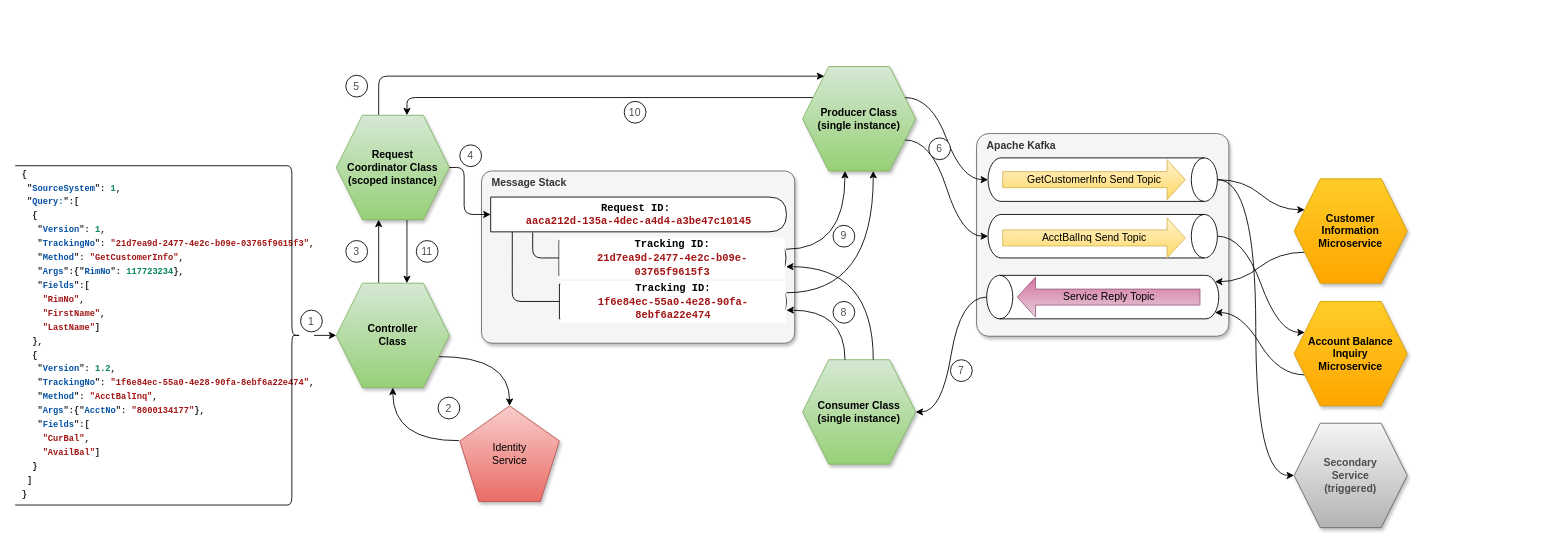
This is page "Service Architecture" (3 of 8) of Microservice Architecture.drawio from badenhorstp/readme, a draw.io file, before an edit. Source tidied: cells renumbered, new cells numbered last; positions are measured from the earlier drawing's top-left corner, leaving out a move shared by most shapes. Both pictures are drawn from the tidied source at 87%, with x=0, y=0 at pixel (15, 66).
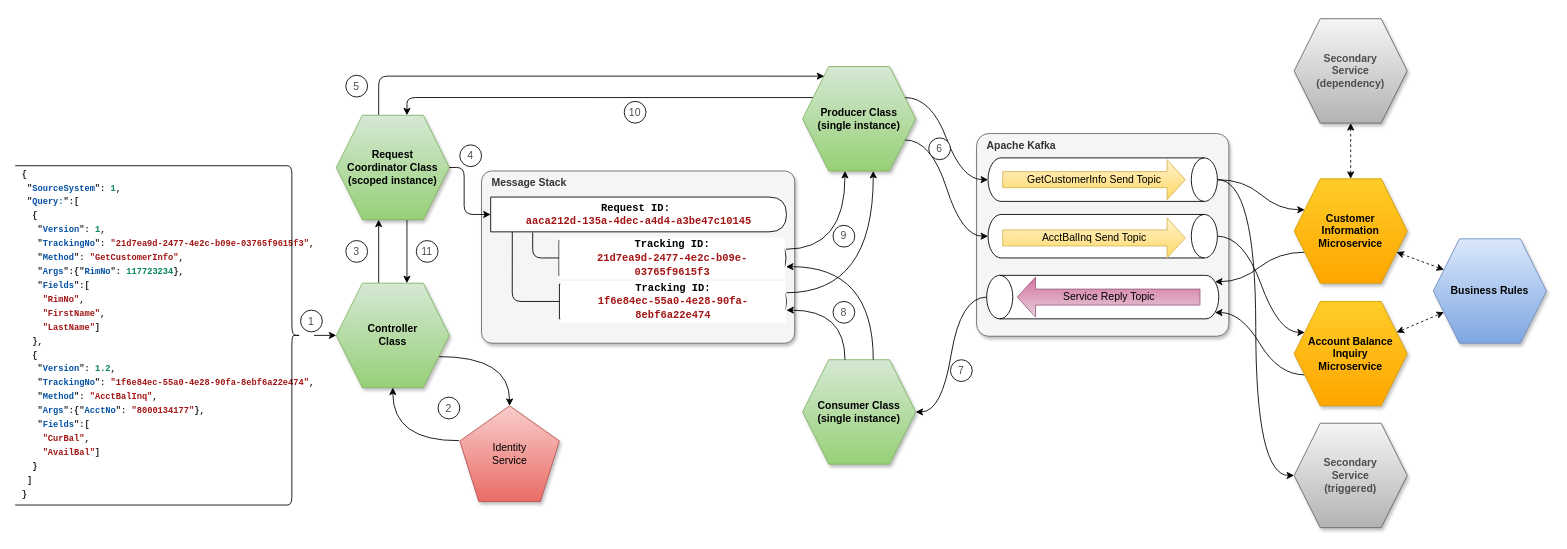
Above is the later version.

The change refers to these unchanged cells:
```xml
<mxCell id="43" value="Customer&lt;br&gt;Information&lt;br&gt;Microservice" style="shape=hexagon;perimeter=hexagonPerimeter2;whiteSpace=wrap;html=1;fixedSize=1;fillColor=#ffcd28;strokeColor=#d79b00;shadow=1;rounded=0;gradientColor=#ffa500;size=30;fontStyle=1;" parent="1" vertex="1">
  <mxGeometry x="1470" y="129" width="130" height="120" as="geometry" />
</mxCell>
<mxCell id="45" value="Account Balance&lt;br&gt;Inquiry &lt;br&gt;Microservice" style="shape=hexagon;perimeter=hexagonPerimeter2;whiteSpace=wrap;html=1;fixedSize=1;fillColor=#ffcd28;strokeColor=#d79b00;shadow=1;rounded=0;gradientColor=#ffa500;size=30;fontStyle=1;" parent="1" vertex="1">
  <mxGeometry x="1470" y="270" width="130" height="120" as="geometry" />
</mxCell>
```

Change to the diagram source:
```diff
@@
+    <mxCell id="60" value="Secondary&lt;br&gt;Service&lt;br&gt;(dependency)" style="shape=hexagon;perimeter=hexagonPerimeter2;whiteSpace=wrap;html=1;fixedSize=1;fillColor=#f5f5f5;strokeColor=#666666;shadow=1;rounded=0;gradientColor=#b3b3b3;size=30;fontStyle=1;fontColor=#4D4D4D;" parent="1" vertex="1">
+      <mxGeometry x="1470" y="-55" width="130" height="120" as="geometry" />
+    </mxCell>
+    <mxCell id="61" value="Business Rules" style="shape=hexagon;perimeter=hexagonPerimeter2;whiteSpace=wrap;html=1;fixedSize=1;fillColor=#dae8fc;strokeColor=#6c8ebf;shadow=1;rounded=0;gradientColor=#7ea6e0;size=30;fontStyle=1;" parent="1" vertex="1">
+      <mxGeometry x="1630" y="198" width="130" height="120" as="geometry" />
+    </mxCell>
+    <mxCell id="62" style="endArrow=classic;startArrow=classic;html=1;dashed=1;fontColor=#4D4D4D;strokeWidth=1;entryX=1;entryY=0.75;entryDx=0;entryDy=0;exitX=0;exitY=0.25;exitDx=0;exitDy=0;" parent="1" edge="1" source="61" target="43">
+      <mxGeometry relative="1" as="geometry" />
+    </mxCell>
+    <mxCell id="63" style="endArrow=classic;startArrow=classic;html=1;dashed=1;fontColor=#4D4D4D;strokeWidth=1;entryX=0;entryY=0.75;entryDx=0;entryDy=0;exitX=1;exitY=0.25;exitDx=0;exitDy=0;" parent="1" edge="1" source="45" target="61">
+      <mxGeometry relative="1" as="geometry" />
+    </mxCell>
+    <mxCell id="64" style="endArrow=classic;startArrow=classic;html=1;dashed=1;fontColor=#4D4D4D;strokeWidth=1;entryX=0.5;entryY=0;entryDx=0;entryDy=0;exitX=0.5;exitY=1;exitDx=0;exitDy=0;" parent="1" edge="1" source="60" target="43">
+      <mxGeometry relative="1" as="geometry" />
+    </mxCell>
```
